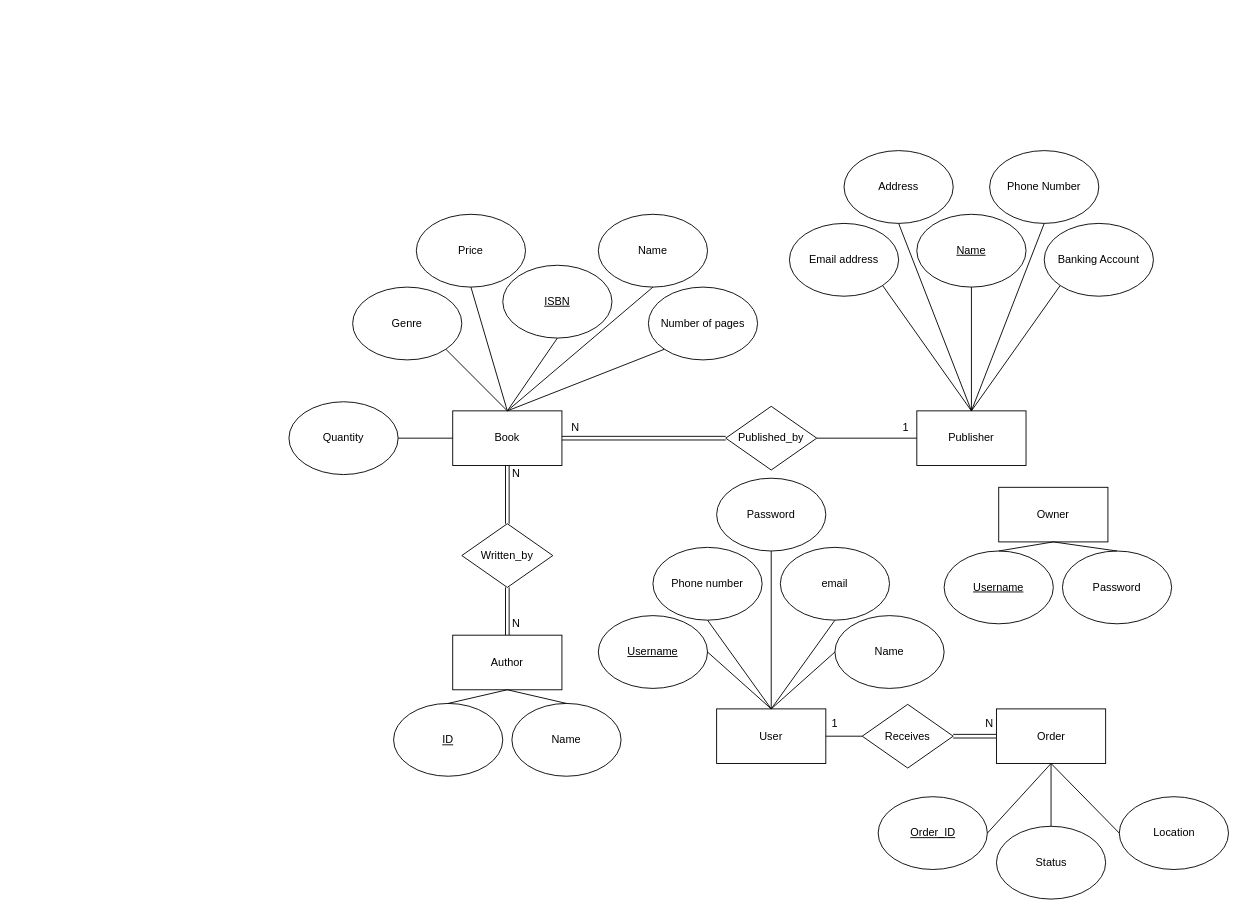
Above: BookStoreER.drawio in Dylanhism/BookStore (draw.io), before the change. Source tidied: cells renumbered, new cells numbered last; positions are measured from the earlier drawing's top-left corner, leaving out a move shared by most shapes. Both pictures are drawn from the tidied source at 91%, with x=0, y=0 at pixel (288, 150).
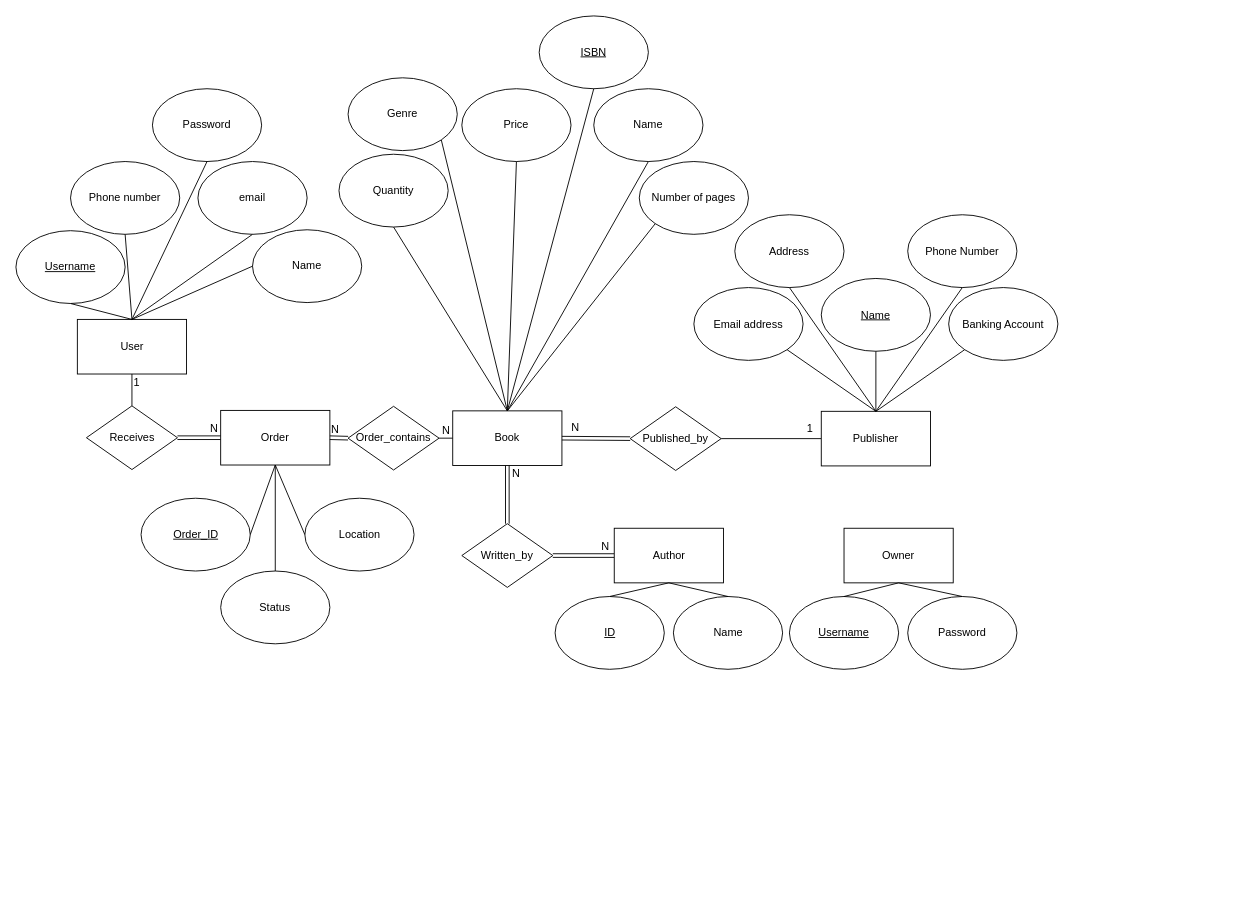
Above is the later version.

Commit message:
Update relation for order and bookBookStoreER.drawio

Unchanged cells that the change refers to:
```xml
<mxCell id="2" value="Written_by" style="rhombus;whiteSpace=wrap;html=1;" parent="1" vertex="1">
  <mxGeometry x="190" y="410" width="100" height="70" as="geometry" />
</mxCell>
<mxCell id="3" value="Book" style="rounded=0;whiteSpace=wrap;html=1;" parent="1" vertex="1">
  <mxGeometry x="180" y="286" width="120" height="60" as="geometry" />
</mxCell>
```

Diff of the diagram source:
```diff
@@
     <mxCell id="4" value="&lt;u&gt;ISBN&lt;/u&gt;" style="ellipse;whiteSpace=wrap;html=1;" parent="1" vertex="1">
-      <mxGeometry x="235" y="126" width="120" height="80" as="geometry" />
+      <mxGeometry x="275" y="-148" width="120" height="80" as="geometry" />
     </mxCell>
@@
-    <mxCell id="7" style="endArrow=none;html=1;rounded=0;exitX=0.5;exitY=0;exitDx=0;exitDy=0;shape=link;entryX=0.5;entryY=1;entryDx=0;entryDy=0;" parent="1" edge="1" source="8" target="2">
+    <mxCell id="7" style="endArrow=none;html=1;rounded=0;exitX=0;exitY=0.5;exitDx=0;exitDy=0;shape=link;entryX=1;entryY=0.5;entryDx=0;entryDy=0;" parent="1" edge="1" source="8" target="2">
       <mxGeometry relative="1" as="geometry" />
     </mxCell>
     <mxCell id="8" value="Author" style="rounded=0;whiteSpace=wrap;html=1;" parent="1" vertex="1">
-      <mxGeometry x="180" y="532.5" width="120" height="60" as="geometry" />
+      <mxGeometry x="357.5" y="415" width="120" height="60" as="geometry" />
     </mxCell>
     <mxCell id="9" value="Name" style="ellipse;whiteSpace=wrap;html=1;" parent="1" vertex="1">
-      <mxGeometry x="340" y="70" width="120" height="80" as="geometry" />
+      <mxGeometry x="335" y="-68" width="120" height="80" as="geometry" />
     </mxCell>
@@
     <mxCell id="11" value="Price" style="ellipse;whiteSpace=wrap;html=1;" parent="1" vertex="1">
-      <mxGeometry x="140" y="70" width="120" height="80" as="geometry" />
+      <mxGeometry x="190" y="-68" width="120" height="80" as="geometry" />
     </mxCell>
@@
     <mxCell id="13" value="Genre" style="ellipse;whiteSpace=wrap;html=1;" parent="1" vertex="1">
-      <mxGeometry x="70" y="150" width="120" height="80" as="geometry" />
+      <mxGeometry x="65" y="-80" width="120" height="80" as="geometry" />
     </mxCell>
@@
     <mxCell id="15" value="Number of pages" style="ellipse;whiteSpace=wrap;html=1;" parent="1" vertex="1">
-      <mxGeometry x="395" y="150" width="120" height="80" as="geometry" />
+      <mxGeometry x="385" y="12" width="120" height="80" as="geometry" />
     </mxCell>
@@
     <mxCell id="17" value="Published_by" style="rhombus;whiteSpace=wrap;html=1;" parent="1" vertex="1">
-      <mxGeometry x="480" y="281" width="100" height="70" as="geometry" />
+      <mxGeometry x="375" y="281.5" width="100" height="70" as="geometry" />
     </mxCell>
@@
     <mxCell id="19" value="Publisher" style="rounded=0;whiteSpace=wrap;html=1;" parent="1" vertex="1">
-      <mxGeometry x="690" y="286" width="120" height="60" as="geometry" />
+      <mxGeometry x="585" y="286.5" width="120" height="60" as="geometry" />
     </mxCell>
@@
     <mxCell id="21" value="&lt;u&gt;Name&lt;/u&gt;" style="ellipse;whiteSpace=wrap;html=1;" parent="1" vertex="1">
-      <mxGeometry x="690" y="70" width="120" height="80" as="geometry" />
+      <mxGeometry x="585" y="140.5" width="120" height="80" as="geometry" />
     </mxCell>
@@
     <mxCell id="23" value="Address" style="ellipse;whiteSpace=wrap;html=1;" parent="1" vertex="1">
-      <mxGeometry x="610" width="120" height="80" as="geometry" />
+      <mxGeometry x="490" y="70.5" width="120" height="80" as="geometry" />
     </mxCell>
@@
     <mxCell id="25" value="Phone Number" style="ellipse;whiteSpace=wrap;html=1;" parent="1" vertex="1">
-      <mxGeometry x="770" width="120" height="80" as="geometry" />
+      <mxGeometry x="680" y="70.5" width="120" height="80" as="geometry" />
     </mxCell>
@@
     <mxCell id="27" value="Email address" style="ellipse;whiteSpace=wrap;html=1;" parent="1" vertex="1">
-      <mxGeometry x="550" y="80" width="120" height="80" as="geometry" />
+      <mxGeometry x="445" y="150.5" width="120" height="80" as="geometry" />
     </mxCell>
@@
     <mxCell id="29" value="Banking Account" style="ellipse;whiteSpace=wrap;html=1;" parent="1" vertex="1">
-      <mxGeometry x="830" y="80" width="120" height="80" as="geometry" />
+      <mxGeometry x="725" y="150.5" width="120" height="80" as="geometry" />
     </mxCell>
@@
     <mxCell id="32" value="1" style="text;html=1;strokeColor=none;fillColor=none;align=center;verticalAlign=middle;whiteSpace=wrap;rounded=0;" parent="1" vertex="1">
-      <mxGeometry x="647.5" y="290" width="60" height="30" as="geometry" />
+      <mxGeometry x="542.5" y="290.5" width="60" height="30" as="geometry" />
     </mxCell>
@@
     <mxCell id="34" value="N" style="text;html=1;strokeColor=none;fillColor=none;align=center;verticalAlign=middle;whiteSpace=wrap;rounded=0;" parent="1" vertex="1">
-      <mxGeometry x="220" y="505" width="60" height="30" as="geometry" />
+      <mxGeometry x="317.5" y="420" width="60" height="30" as="geometry" />
     </mxCell>
     <mxCell id="35" value="&lt;u&gt;ID&lt;/u&gt;" style="ellipse;whiteSpace=wrap;html=1;" parent="1" vertex="1">
-      <mxGeometry x="115" y="607.5" width="120" height="80" as="geometry" />
+      <mxGeometry x="292.5" y="490" width="120" height="80" as="geometry" />
     </mxCell>
@@
     <mxCell id="37" value="Name" style="ellipse;whiteSpace=wrap;html=1;" parent="1" vertex="1">
-      <mxGeometry x="245" y="607.5" width="120" height="80" as="geometry" />
+      <mxGeometry x="422.5" y="490" width="120" height="80" as="geometry" />
     </mxCell>
@@
     <mxCell id="39" value="Quantity" style="ellipse;whiteSpace=wrap;html=1;" parent="1" vertex="1">
-      <mxGeometry y="276" width="120" height="80" as="geometry" />
+      <mxGeometry x="55" y="4" width="120" height="80" as="geometry" />
     </mxCell>
-    <mxCell id="40" style="endArrow=none;html=1;rounded=0;exitX=0;exitY=0.5;exitDx=0;exitDy=0;entryX=1;entryY=0.5;entryDx=0;entryDy=0;" parent="1" edge="1" source="3" target="39">
+    <mxCell id="40" style="endArrow=none;html=1;rounded=0;exitX=0.5;exitY=0;exitDx=0;exitDy=0;entryX=0.5;entryY=1;entryDx=0;entryDy=0;" parent="1" edge="1" source="3" target="39">
       <mxGeometry relative="1" as="geometry" />
     </mxCell>
     <mxCell id="41" value="Owner" style="rounded=0;whiteSpace=wrap;html=1;" parent="1" vertex="1">
-      <mxGeometry x="780" y="370" width="120" height="60" as="geometry" />
+      <mxGeometry x="610" y="415" width="120" height="60" as="geometry" />
     </mxCell>
     <mxCell id="42" value="&lt;u&gt;Username&lt;/u&gt;" style="ellipse;whiteSpace=wrap;html=1;" parent="1" vertex="1">
-      <mxGeometry x="720" y="440" width="120" height="80" as="geometry" />
+      <mxGeometry x="550" y="490" width="120" height="80" as="geometry" />
     </mxCell>
@@
     <mxCell id="44" value="Password" style="ellipse;whiteSpace=wrap;html=1;" parent="1" vertex="1">
-      <mxGeometry x="850" y="440" width="120" height="80" as="geometry" />
+      <mxGeometry x="680" y="490" width="120" height="80" as="geometry" />
     </mxCell>
     <mxCell id="45" style="endArrow=none;html=1;rounded=0;entryX=0.5;entryY=0;entryDx=0;entryDy=0;exitX=0.5;exitY=1;exitDx=0;exitDy=0;" parent="1" edge="1" target="44">
       <mxGeometry relative="1" as="geometry">
-        <mxPoint x="840" y="430" as="sourcePoint" />
+        <mxPoint x="670" y="475" as="sourcePoint" />
       </mxGeometry>
     </mxCell>
     <mxCell id="46" value="User" style="rounded=0;whiteSpace=wrap;html=1;rotation=0;" parent="1" vertex="1">
-      <mxGeometry x="470" y="613.5" width="120" height="60" as="geometry" />
+      <mxGeometry x="-232.5" y="185.5" width="120" height="60" as="geometry" />
     </mxCell>
     <mxCell id="47" value="Name" style="ellipse;whiteSpace=wrap;html=1;rotation=0;" parent="1" vertex="1">
-      <mxGeometry x="600" y="511" width="120" height="80" as="geometry" />
+      <mxGeometry x="-40" y="87" width="120" height="80" as="geometry" />
     </mxCell>
@@
     <mxCell id="49" value="&lt;u&gt;Username&lt;/u&gt;" style="ellipse;whiteSpace=wrap;html=1;rotation=0;" parent="1" vertex="1">
-      <mxGeometry x="340" y="511" width="120" height="80" as="geometry" />
+      <mxGeometry x="-300" y="88" width="120" height="80" as="geometry" />
     </mxCell>
-    <mxCell id="50" style="endArrow=none;html=1;rounded=0;entryX=1;entryY=0.5;entryDx=0;entryDy=0;exitX=0.5;exitY=0;exitDx=0;exitDy=0;" parent="1" edge="1" source="46" target="49">
+    <mxCell id="50" style="endArrow=none;html=1;rounded=0;entryX=0.5;entryY=1;entryDx=0;entryDy=0;exitX=0.5;exitY=0;exitDx=0;exitDy=0;" parent="1" edge="1" source="46" target="49">
       <mxGeometry relative="1" as="geometry" />
     </mxCell>
     <mxCell id="51" value="Phone number" style="ellipse;whiteSpace=wrap;html=1;rotation=0;" parent="1" vertex="1">
-      <mxGeometry x="400" y="436" width="120" height="80" as="geometry" />
+      <mxGeometry x="-240" y="12" width="120" height="80" as="geometry" />
     </mxCell>
@@
     <mxCell id="53" value="email" style="ellipse;whiteSpace=wrap;html=1;rotation=0;" parent="1" vertex="1">
-      <mxGeometry x="540" y="436" width="120" height="80" as="geometry" />
+      <mxGeometry x="-100" y="12" width="120" height="80" as="geometry" />
     </mxCell>
@@
     <mxCell id="55" value="Password" style="ellipse;whiteSpace=wrap;html=1;rotation=0;" parent="1" vertex="1">
-      <mxGeometry x="470" y="360" width="120" height="80" as="geometry" />
+      <mxGeometry x="-150" y="-68" width="120" height="80" as="geometry" />
     </mxCell>
@@
     <mxCell id="57" value="Order" style="rounded=0;whiteSpace=wrap;html=1;rotation=0;" parent="1" vertex="1">
-      <mxGeometry x="777.5" y="613.5" width="120" height="60" as="geometry" />
+      <mxGeometry x="-75" y="285.5" width="120" height="60" as="geometry" />
     </mxCell>
     <mxCell id="58" value="&lt;u&gt;Order_ID&lt;/u&gt;" style="ellipse;whiteSpace=wrap;html=1;rotation=0;" parent="1" vertex="1">
-      <mxGeometry x="647.5" y="710" width="120" height="80" as="geometry" />
+      <mxGeometry x="-162.5" y="382" width="120" height="80" as="geometry" />
     </mxCell>
@@
     <mxCell id="60" value="Status" style="ellipse;whiteSpace=wrap;html=1;rotation=0;" parent="1" vertex="1">
-      <mxGeometry x="777.5" y="742.5" width="120" height="80" as="geometry" />
+      <mxGeometry x="-75" y="462" width="120" height="80" as="geometry" />
     </mxCell>
@@
     <mxCell id="62" value="Location" style="ellipse;whiteSpace=wrap;html=1;rotation=0;" parent="1" vertex="1">
-      <mxGeometry x="912.5" y="710" width="120" height="80" as="geometry" />
+      <mxGeometry x="17.5" y="382" width="120" height="80" as="geometry" />
     </mxCell>
@@
     <mxCell id="64" value="Receives" style="rhombus;whiteSpace=wrap;html=1;" parent="1" vertex="1">
-      <mxGeometry x="630" y="608.5" width="100" height="70" as="geometry" />
+      <mxGeometry x="-222.5" y="280.5" width="100" height="70" as="geometry" />
     </mxCell>
-    <mxCell id="65" style="endArrow=none;html=1;rounded=0;exitX=0;exitY=0.5;exitDx=0;exitDy=0;entryX=1;entryY=0.5;entryDx=0;entryDy=0;strokeColor=default;" parent="1" edge="1" source="64" target="46">
+    <mxCell id="65" style="endArrow=none;html=1;rounded=0;exitX=0.5;exitY=0;exitDx=0;exitDy=0;entryX=0.5;entryY=1;entryDx=0;entryDy=0;strokeColor=default;" parent="1" edge="1" source="64" target="46">
       <mxGeometry relative="1" as="geometry" />
     </mxCell>
@@
     <mxCell id="67" value="N" style="text;html=1;strokeColor=none;fillColor=none;align=center;verticalAlign=middle;whiteSpace=wrap;rounded=0;" parent="1" vertex="1">
-      <mxGeometry x="740" y="615" width="60" height="30" as="geometry" />
+      <mxGeometry x="-112.5" y="291" width="60" height="30" as="geometry" />
     </mxCell>
     <mxCell id="68" value="1" style="text;html=1;strokeColor=none;fillColor=none;align=center;verticalAlign=middle;whiteSpace=wrap;rounded=0;" parent="1" vertex="1">
-      <mxGeometry x="570" y="615" width="60" height="30" as="geometry" />
+      <mxGeometry x="-197" y="240" width="60" height="30" as="geometry" />
     </mxCell>
+    <mxCell id="69" value="Order_contains" style="rhombus;whiteSpace=wrap;html=1;" parent="1" vertex="1">
+      <mxGeometry x="65" y="281" width="100" height="70" as="geometry" />
+    </mxCell>
+    <mxCell id="70" style="endArrow=none;html=1;rounded=0;shape=link;entryX=1;entryY=0.5;entryDx=0;entryDy=0;exitX=0;exitY=0.5;exitDx=0;exitDy=0;" parent="1" edge="1" source="69" target="57">
+      <mxGeometry relative="1" as="geometry" />
+    </mxCell>
+    <mxCell id="71" style="endArrow=none;html=1;rounded=0;exitX=0;exitY=0.5;exitDx=0;exitDy=0;entryX=1;entryY=0.5;entryDx=0;entryDy=0;" parent="1" edge="1" source="3" target="69">
+      <mxGeometry relative="1" as="geometry" />
+    </mxCell>
+    <mxCell id="72" value="N" style="text;html=1;strokeColor=none;fillColor=none;align=center;verticalAlign=middle;whiteSpace=wrap;rounded=0;" parent="1" vertex="1">
+      <mxGeometry x="143" y="293" width="60" height="30" as="geometry" />
+    </mxCell>
+    <mxCell id="73" value="N" style="text;html=1;strokeColor=none;fillColor=none;align=center;verticalAlign=middle;whiteSpace=wrap;rounded=0;" parent="1" vertex="1">
+      <mxGeometry x="21" y="292" width="60" height="30" as="geometry" />
+    </mxCell>
```
